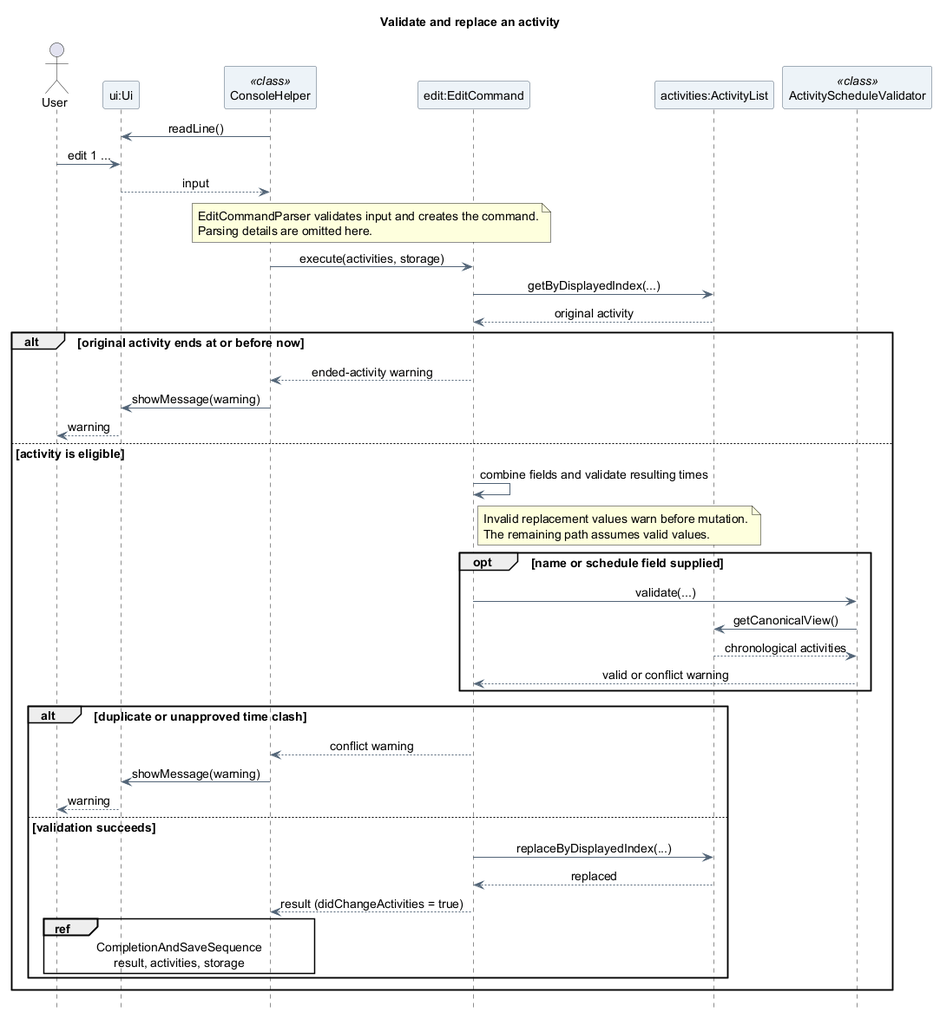
Before: docs/images/oliver/sequence/EditActivitySequence.png, a diagram exported from PlantUML (AY2627S1-CS2113-T10-4/tp).
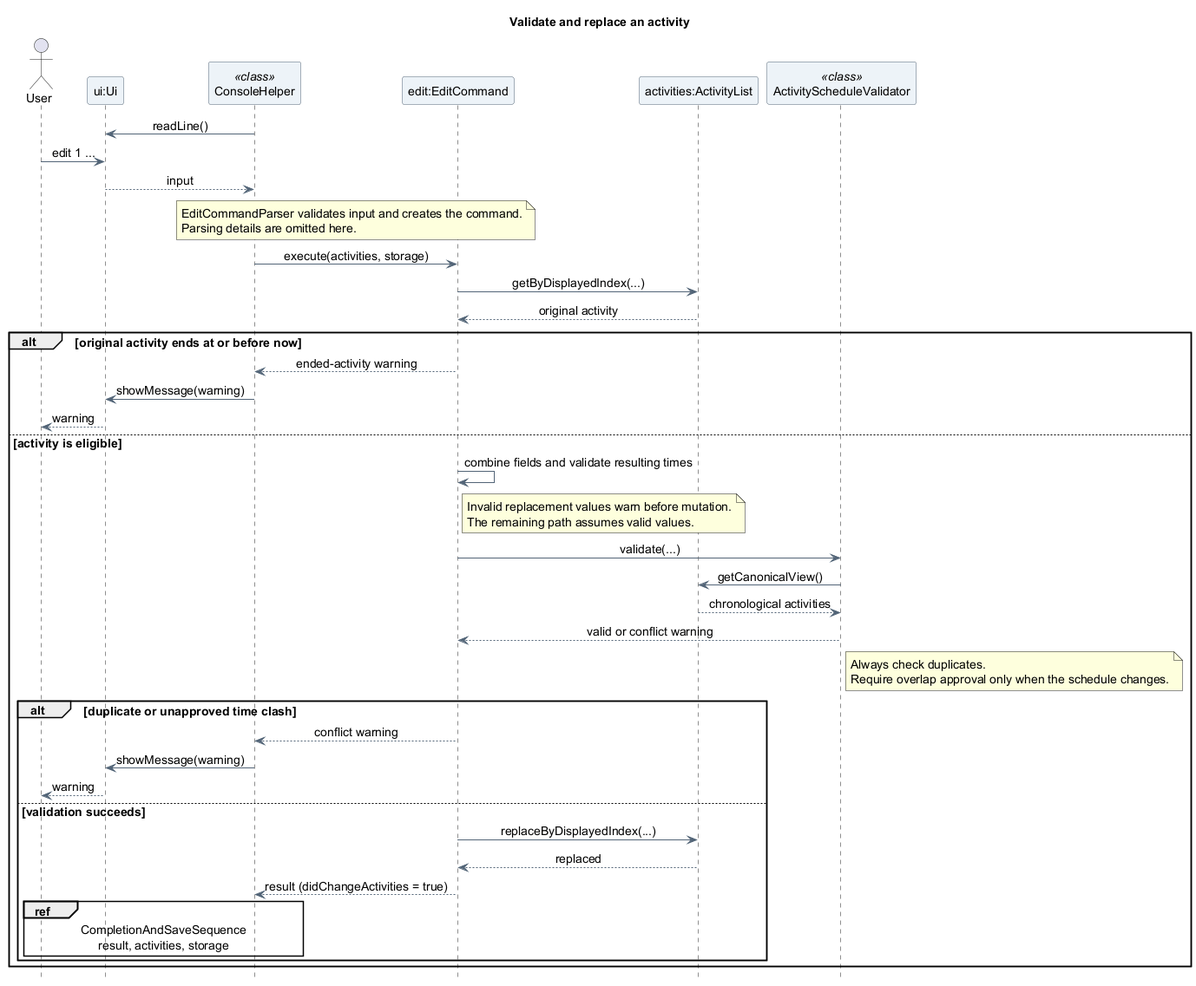
After the commit.

Commit message:
fix(edit): preserve approved overlaps when the schedule is unchanged

The edit, as a diff of the source:
```diff
@@ -37,12 +37,14 @@
     Invalid replacement values warn before mutation.
     The remaining path assumes valid values.
   end note
-  opt name or schedule field supplied
-    Edit -> Schedule : validate(...)
-    Schedule -> Activities : getCanonicalView()
-    Activities --> Schedule : chronological activities
-    Schedule --> Edit : valid or conflict warning
-  end
+  Edit -> Schedule : validate(...)
+  Schedule -> Activities : getCanonicalView()
+  Activities --> Schedule : chronological activities
+  Schedule --> Edit : valid or conflict warning
+  note right of Schedule
+    Always check duplicates.
+    Require overlap approval only when the schedule changes.
+  end note
   alt duplicate or unapproved time clash
     Edit --> Console : conflict warning
     Console -> UI : showMessage(warning)
```
